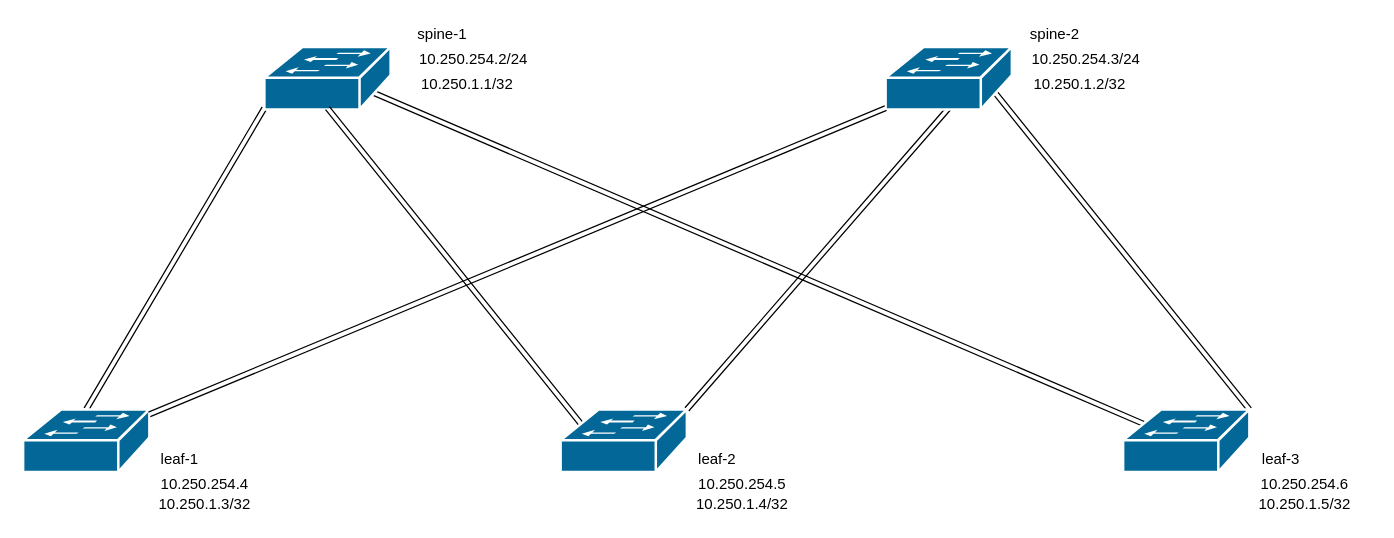
This is ceos/5-node_port-channel/vxlan_ospf-underlay.drawio from rmcmilli/Terraform, a draw.io file, before an edit. Source tidied: cells renumbered, new cells numbered last; positions are measured from the earlier drawing's top-left corner, leaving out a move shared by most shapes. Both pictures are drawn from the tidied source at 125%, with x=0, y=0 at pixel (22, 21).
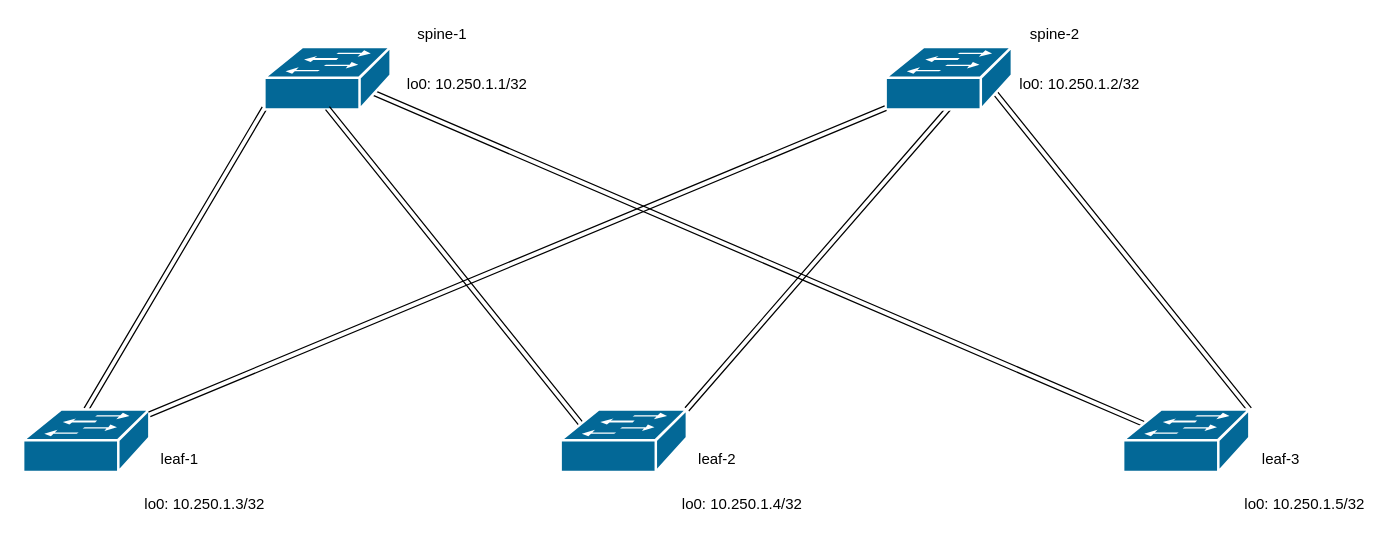
The same page after the edit.

Diff of the diagram source:
```diff
@@
-    <mxCell id="18" parent="0" />
-    <mxCell id="19" value="10.250.254.2/24" style="text;html=1;align=center;verticalAlign=middle;" parent="18" vertex="1">
-      <mxGeometry x="310" y="20" width="100" height="20" as="geometry" />
-    </mxCell>
-    <mxCell id="20" value="10.250.254.3/24" style="text;html=1;align=center;verticalAlign=middle;" parent="18" vertex="1">
-      <mxGeometry x="800" y="20" width="100" height="20" as="geometry" />
-    </mxCell>
-    <mxCell id="21" value="10.250.254.4" style="text;html=1;align=center;verticalAlign=middle;" parent="18" vertex="1">
-      <mxGeometry x="100" y="360" width="90" height="20" as="geometry" />
-    </mxCell>
-    <mxCell id="22" value="10.250.254.5" style="text;html=1;align=center;verticalAlign=middle;" parent="18" vertex="1">
-      <mxGeometry x="530" y="360" width="90" height="20" as="geometry" />
-    </mxCell>
-    <mxCell id="23" value="10.250.254.6" style="text;html=1;align=center;verticalAlign=middle;" parent="18" vertex="1">
-      <mxGeometry x="980" y="360" width="90" height="20" as="geometry" />
-    </mxCell>
@@
-    <mxCell id="25" value="10.250.1.1/32" style="text;html=1;align=center;verticalAlign=middle;" parent="24" vertex="1">
-      <mxGeometry x="310" y="40" width="90" height="20" as="geometry" />
+    <mxCell id="25" value="lo0: 10.250.1.1/32" style="text;html=1;align=center;verticalAlign=middle;" parent="24" vertex="1">
+      <mxGeometry x="300" y="40" width="110" height="20" as="geometry" />
     </mxCell>
-    <mxCell id="26" value="10.250.1.2/32" style="text;html=1;align=center;verticalAlign=middle;" parent="24" vertex="1">
-      <mxGeometry x="800" y="40" width="90" height="20" as="geometry" />
+    <mxCell id="26" value="lo0: 10.250.1.2/32" style="text;html=1;align=center;verticalAlign=middle;" parent="24" vertex="1">
+      <mxGeometry x="790" y="40" width="110" height="20" as="geometry" />
     </mxCell>
-    <mxCell id="27" value="10.250.1.3/32" style="text;html=1;align=center;verticalAlign=middle;" parent="24" vertex="1">
-      <mxGeometry x="100" y="376" width="90" height="20" as="geometry" />
+    <mxCell id="27" value="lo0: 10.250.1.3/32" style="text;html=1;align=center;verticalAlign=middle;" parent="24" vertex="1">
+      <mxGeometry x="90" y="376" width="110" height="20" as="geometry" />
     </mxCell>
-    <mxCell id="28" value="10.250.1.4/32" style="text;html=1;align=center;verticalAlign=middle;" parent="24" vertex="1">
-      <mxGeometry x="530" y="376" width="90" height="20" as="geometry" />
+    <mxCell id="28" value="lo0: 10.250.1.4/32" style="text;html=1;align=center;verticalAlign=middle;" parent="24" vertex="1">
+      <mxGeometry x="520" y="376" width="110" height="20" as="geometry" />
     </mxCell>
-    <mxCell id="29" value="10.250.1.5/32" style="text;html=1;align=center;verticalAlign=middle;" parent="24" vertex="1">
-      <mxGeometry x="980" y="376" width="90" height="20" as="geometry" />
+    <mxCell id="29" value="lo0: 10.250.1.5/32" style="text;html=1;align=center;verticalAlign=middle;" parent="24" vertex="1">
+      <mxGeometry x="970" y="376" width="110" height="20" as="geometry" />
     </mxCell>
-    <mxCell id="30" parent="0" />
```
